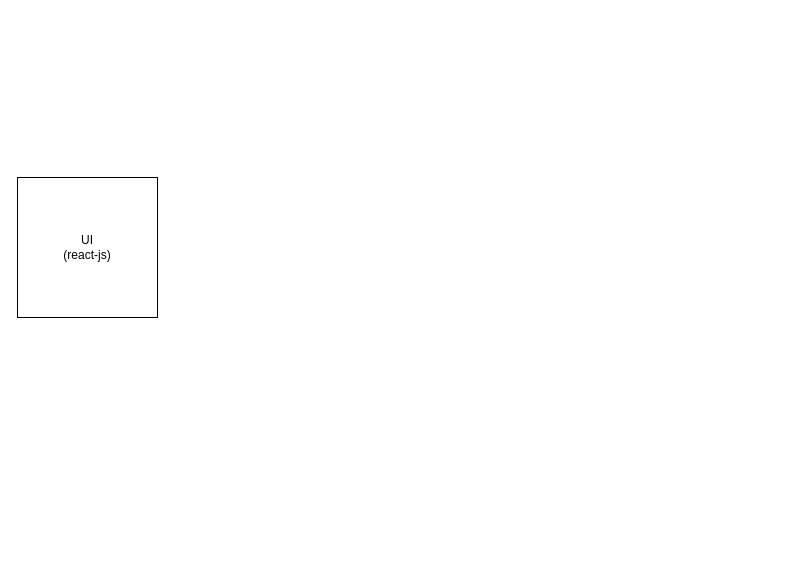
Earlier version of the draw.io diagram Smart Recruit.drawio (tiwarinaman/EasyRrecruit). Source tidied: cells renumbered, new cells numbered last; positions are measured from the earlier drawing's top-left corner, leaving out a move shared by most shapes. Both pictures are drawn from the tidied source at 100%, with x=0, y=0 at pixel (17, 177).
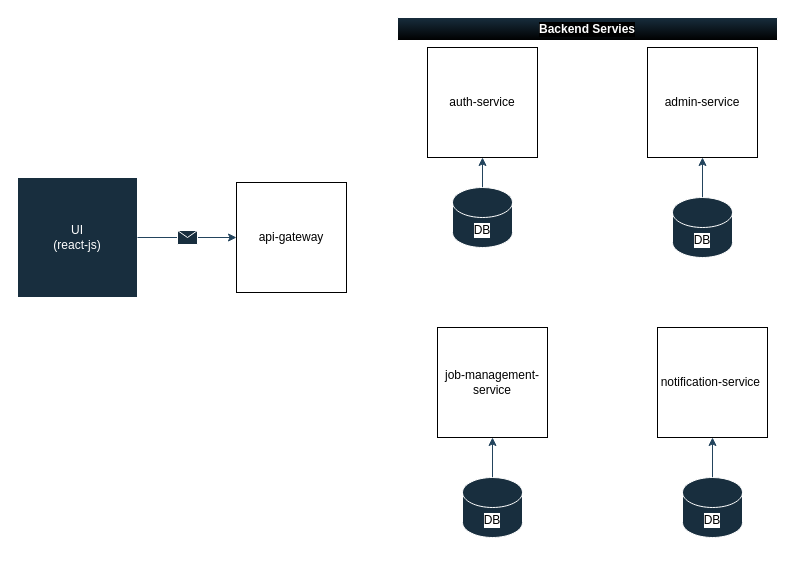
After the change.

What changed in the source:
```diff
@@
 <mxGraphModel>
   <root>
     <mxCell id="0" />
     <mxCell id="1" parent="0" />
-    <mxCell id="2" value="UI&lt;br&gt;(react-js)" style="whiteSpace=wrap;html=1;" parent="1" vertex="1">
-      <mxGeometry width="140" height="140" as="geometry" />
+    <mxCell id="2" value="UI&lt;br&gt;(react-js)" style="whiteSpace=wrap;html=1;labelBackgroundColor=none;fillColor=#182E3E;strokeColor=#FFFFFF;fontColor=#FFFFFF;" parent="1" vertex="1">
+      <mxGeometry width="120" height="120" as="geometry" />
     </mxCell>
+    <mxCell id="3" value="auth-service" style="whiteSpace=wrap;html=1;" parent="1" vertex="1">
+      <mxGeometry x="410" y="-130" width="110" height="110" as="geometry" />
+    </mxCell>
+    <mxCell id="4" value="api-gateway" style="whiteSpace=wrap;html=1;" parent="1" vertex="1">
+      <mxGeometry x="219" y="5" width="110" height="110" as="geometry" />
+    </mxCell>
+    <mxCell id="5" style="endArrow=classic;html=1;rounded=0;strokeColor=#23445D;exitX=1;exitY=0.5;exitDx=0;exitDy=0;entryX=0;entryY=0.5;entryDx=0;entryDy=0;" parent="1" edge="1" source="2" target="4">
+      <mxGeometry relative="1" as="geometry" />
+    </mxCell>
+    <mxCell id="6" style="shape=message;html=1;strokeColor=#FFFFFF;fontColor=#FFFFFF;fillColor=#182E3E;" parent="5" vertex="1">
+      <mxGeometry width="20" height="14" relative="1" as="geometry">
+        <mxPoint x="-10" y="-7" as="offset" />
+      </mxGeometry>
+    </mxCell>
+    <mxCell id="7" value="job-management-service" style="whiteSpace=wrap;html=1;" parent="1" vertex="1">
+      <mxGeometry x="420" y="150" width="110" height="110" as="geometry" />
+    </mxCell>
+    <mxCell id="8" style="edgeStyle=orthogonalEdgeStyle;rounded=0;jettySize=auto;html=1;strokeColor=#23445D;fontColor=#000000;" parent="1" edge="1" source="9" target="3">
+      <mxGeometry relative="1" as="geometry" />
+    </mxCell>
+    <mxCell id="9" value="DB" style="shape=cylinder3;whiteSpace=wrap;html=1;boundedLbl=1;backgroundOutline=1;size=15;labelBackgroundColor=#FFFFFF;strokeColor=#FFFFFF;fontColor=#000000;fillColor=#182E3E;" parent="1" vertex="1">
+      <mxGeometry x="435" y="10" width="60" height="60" as="geometry" />
+    </mxCell>
+    <mxCell id="10" style="edgeStyle=orthogonalEdgeStyle;rounded=0;jettySize=auto;html=1;strokeColor=#23445D;fontColor=#000000;" parent="1" edge="1" source="11" target="7">
+      <mxGeometry relative="1" as="geometry" />
+    </mxCell>
+    <mxCell id="11" value="DB" style="shape=cylinder3;whiteSpace=wrap;html=1;boundedLbl=1;backgroundOutline=1;size=15;labelBackgroundColor=#FFFFFF;strokeColor=#FFFFFF;fontColor=#000000;fillColor=#182E3E;" parent="1" vertex="1">
+      <mxGeometry x="445" y="300" width="60" height="60" as="geometry" />
+    </mxCell>
+    <mxCell id="12" value="notification-service&amp;nbsp;" style="whiteSpace=wrap;html=1;" parent="1" vertex="1">
+      <mxGeometry x="640" y="150" width="110" height="110" as="geometry" />
+    </mxCell>
+    <mxCell id="13" style="edgeStyle=orthogonalEdgeStyle;rounded=0;jettySize=auto;html=1;strokeColor=#23445D;fontColor=#000000;" parent="1" edge="1" source="14" target="12">
+      <mxGeometry relative="1" as="geometry" />
+    </mxCell>
+    <mxCell id="14" value="DB" style="shape=cylinder3;whiteSpace=wrap;html=1;boundedLbl=1;backgroundOutline=1;size=15;labelBackgroundColor=#FFFFFF;strokeColor=#FFFFFF;fontColor=#000000;fillColor=#182E3E;" parent="1" vertex="1">
+      <mxGeometry x="665" y="300" width="60" height="60" as="geometry" />
+    </mxCell>
+    <mxCell id="15" value="admin-service" style="whiteSpace=wrap;html=1;" parent="1" vertex="1">
+      <mxGeometry x="630" y="-130" width="110" height="110" as="geometry" />
+    </mxCell>
+    <mxCell id="16" style="edgeStyle=orthogonalEdgeStyle;rounded=0;jettySize=auto;html=1;strokeColor=#23445D;fontColor=#000000;" parent="1" edge="1" source="17" target="15">
+      <mxGeometry relative="1" as="geometry" />
+    </mxCell>
+    <mxCell id="17" value="DB" style="shape=cylinder3;whiteSpace=wrap;html=1;boundedLbl=1;backgroundOutline=1;size=15;labelBackgroundColor=#FFFFFF;strokeColor=#FFFFFF;fontColor=#000000;fillColor=#182E3E;" parent="1" vertex="1">
+      <mxGeometry x="655" y="20" width="60" height="60" as="geometry" />
+    </mxCell>
+    <mxCell id="18" value="Backend Servies" style="swimlane;whiteSpace=wrap;html=1;labelBackgroundColor=#000000;strokeColor=#FFFFFF;fontColor=#FFFFFF;fillColor=#182E3E;gradientColor=default;swimlaneFillColor=none;" parent="1" vertex="1">
+      <mxGeometry x="380" y="-160" width="380" height="550" as="geometry" />
+    </mxCell>
   </root>
 </mxGraphModel>
```
